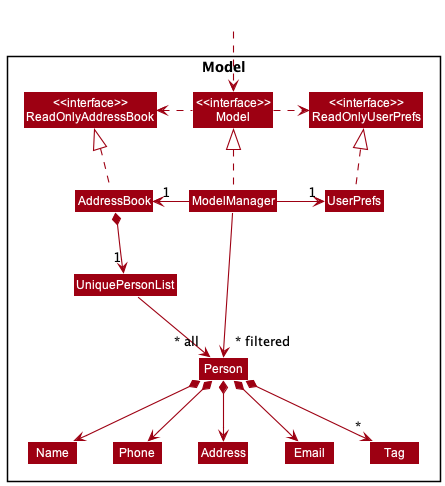
This is docs/images/ModelClassDiagram.png from nus-cs2103-AY2223S1/tp, a PlantUML export, as it was before one commit.
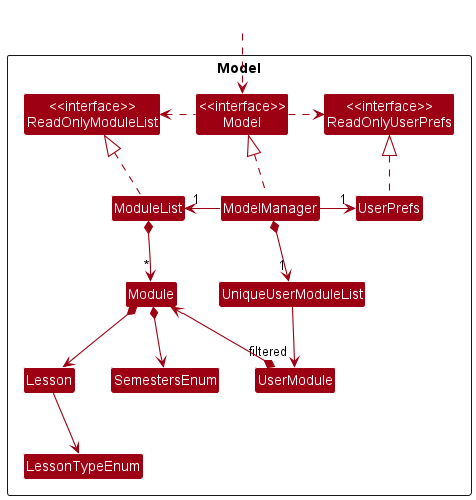
After the commit.

Commit message:
add diagram for Model

Diff of the diagram source:
```diff
@@ -5,46 +5,42 @@
 skinparam classBackgroundColor MODEL_COLOR
 
 Package Model <<Rectangle>>{
-Class "<<interface>>\nReadOnlyAddressBook" as ReadOnlyAddressBook
+Class "<<interface>>\nReadOnlyModuleList" as ReadOnlyModuleList
 Class "<<interface>>\nReadOnlyUserPrefs" as ReadOnlyUserPrefs
 Class "<<interface>>\nModel" as Model
-Class AddressBook
+Class ModuleList
 Class ModelManager
 Class UserPrefs
 
-Class UniquePersonList
-Class Person
-Class Address
-Class Email
-Class Name
-Class Phone
-Class Tag
+Class UniqueUserModuleList
+Class Module
+Class UserModule
+Class Lesson
+Class SemestersEnum
+Class LessonTypeEnum
 
 }
 
 Class HiddenOutside #FFFFFF
 HiddenOutside ..> Model
 
-AddressBook .up.|> ReadOnlyAddressBook
+ModuleList .up.|> ReadOnlyModuleList
 
 ModelManager .up.|> Model
 Model .right.> ReadOnlyUserPrefs
-Model .left.> ReadOnlyAddressBook
-ModelManager -left-> "1" AddressBook
+Model .left.> ReadOnlyModuleList
+ModelManager -left-> "1" ModuleList
 ModelManager -right-> "1" UserPrefs
 UserPrefs .up.|> ReadOnlyUserPrefs
 
-AddressBook *--> "1" UniquePersonList
-UniquePersonList --> "~* all" Person
-Person *--> Name
-Person *--> Phone
-Person *--> Email
-Person *--> Address
-Person *--> "*" Tag
+ModelManager *--> "1" UniqueUserModuleList
+UniqueUserModuleList --> "filtered" UserModule
 
-Name -[hidden]right-> Phone
-Phone -[hidden]right-> Address
-Address -[hidden]right-> Email
+ModuleList *-down-> "*" Module
+UserModule *-up-> Module
+Module *--> SemestersEnum
+Module *--> Lesson
 
-ModelManager -->"~* filtered" Person
+Lesson --> LessonTypeEnum
+
 @enduml
```
